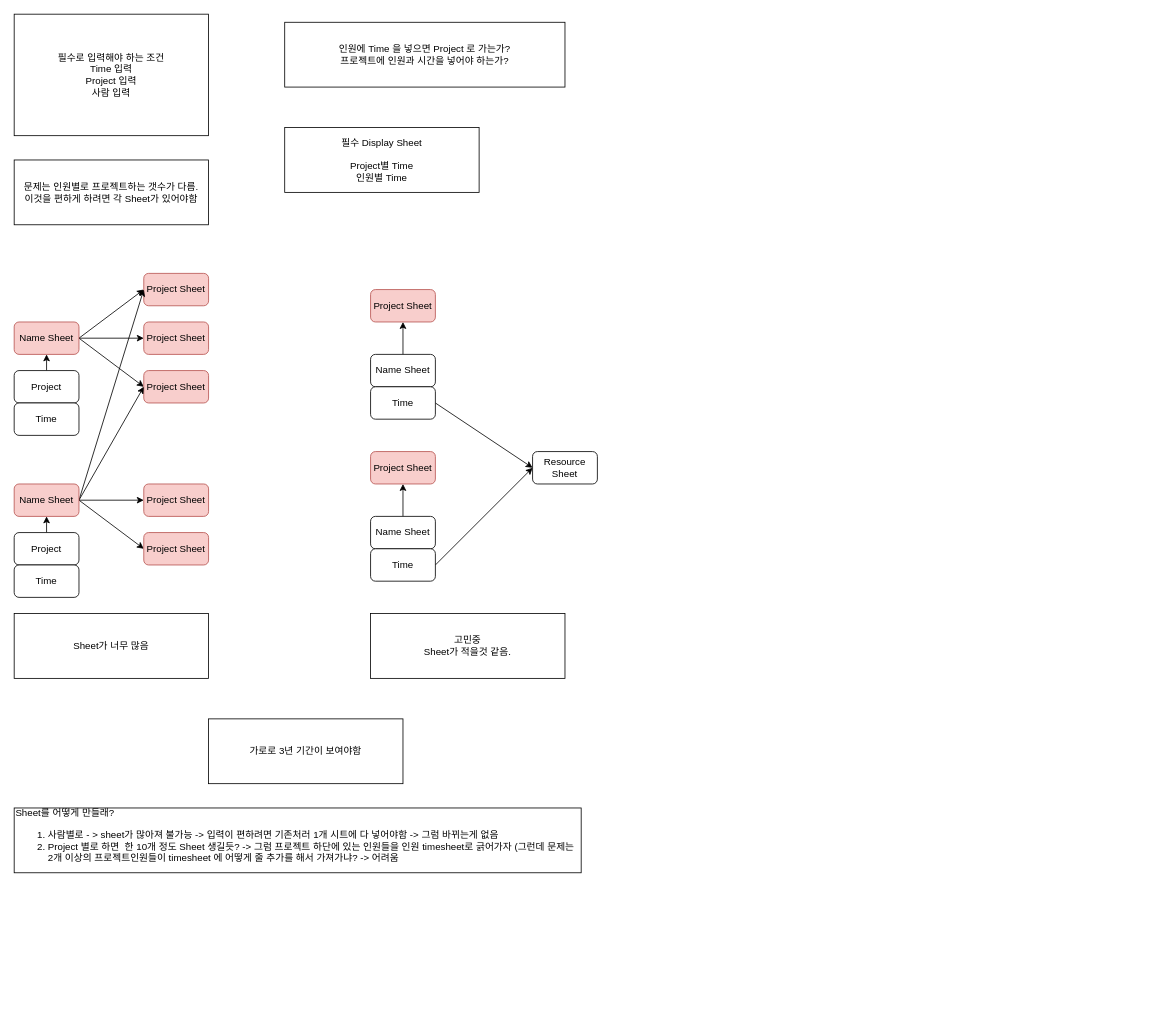
Before: 제목 없는 다이어그램.drawio in EdwardsKorea/CommonDrawIO, a draw.io diagram. Source tidied: cells renumbered, new cells numbered last; positions are measured from the earlier drawing's top-left corner, leaving out a move shared by most shapes. Both pictures are drawn from the tidied source at 81%, with x=0, y=0 at pixel (14, 14).
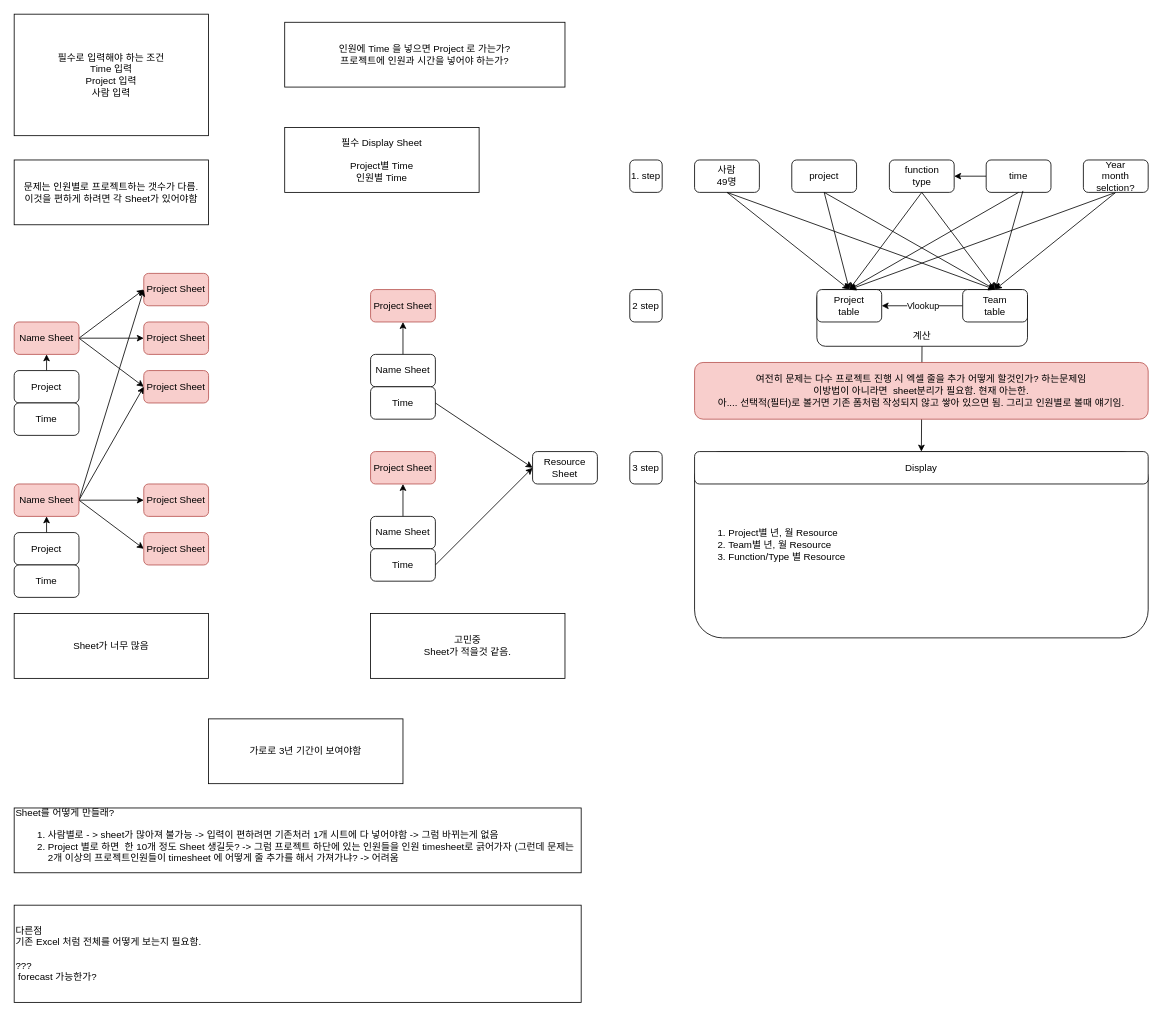
After the change.

Commit message:
제목 없는 다이어그램.drawio 업데이트

Diff of the diagram source:
```diff
@@
+    <mxCell id="41" value="&lt;ol&gt;&lt;li&gt;Project별 년, 월 Resource&lt;/li&gt;&lt;li style=&quot;border-color: var(--border-color);&quot;&gt;Team별 년, 월 Resource&lt;/li&gt;&lt;li style=&quot;border-color: var(--border-color);&quot;&gt;Function/Type 별 Resource&lt;/li&gt;&lt;/ol&gt;" style="rounded=1;whiteSpace=wrap;html=1;align=left;" parent="1" vertex="1">
+      <mxGeometry x="840" y="540" width="560" height="230" as="geometry" />
+    </mxCell>
+    <mxCell id="42" style="rounded=0;jettySize=auto;html=1;entryX=0.5;entryY=0;entryDx=0;entryDy=0;" parent="1" edge="1" source="43" target="69">
+      <mxGeometry relative="1" as="geometry" />
+    </mxCell>
+    <mxCell id="43" value="&lt;br&gt;&lt;br&gt;&lt;br&gt;계산" style="rounded=1;whiteSpace=wrap;html=1;" parent="1" vertex="1">
+      <mxGeometry x="991" y="340" width="260" height="70" as="geometry" />
+    </mxCell>
@@
+    <mxCell id="44" value="다른점&lt;br&gt;기존 Excel 처럼 전체를 어떻게 보는지 필요함.&lt;br&gt;&lt;br&gt;???&lt;br&gt;&amp;nbsp;forecast 가능한가?" style="rounded=0;whiteSpace=wrap;html=1;align=left;" parent="1" vertex="1">
+      <mxGeometry y="1100" width="700" height="120" as="geometry" />
+    </mxCell>
+    <mxCell id="45" style="rounded=0;jettySize=auto;html=1;exitX=0.5;exitY=1;exitDx=0;exitDy=0;entryX=0.5;entryY=0;entryDx=0;entryDy=0;strokeColor=none;" parent="1" edge="1" source="47" target="54">
+      <mxGeometry relative="1" as="geometry" />
+    </mxCell>
+    <mxCell id="46" style="rounded=0;jettySize=auto;html=1;exitX=0.5;exitY=1;exitDx=0;exitDy=0;entryX=0.5;entryY=0;entryDx=0;entryDy=0;" parent="1" edge="1" source="47" target="54">
+      <mxGeometry relative="1" as="geometry" />
+    </mxCell>
+    <mxCell id="47" value="사람&lt;br&gt;49명" style="rounded=1;whiteSpace=wrap;html=1;" parent="1" vertex="1">
+      <mxGeometry x="840" y="180" width="80" height="40" as="geometry" />
+    </mxCell>
+    <mxCell id="48" style="rounded=0;jettySize=auto;html=1;exitX=0.5;exitY=1;exitDx=0;exitDy=0;entryX=0.5;entryY=0;entryDx=0;entryDy=0;" parent="1" edge="1" source="49" target="54">
+      <mxGeometry relative="1" as="geometry" />
+    </mxCell>
+    <mxCell id="49" value="project" style="rounded=1;whiteSpace=wrap;html=1;" parent="1" vertex="1">
+      <mxGeometry x="960" y="180" width="80" height="40" as="geometry" />
+    </mxCell>
+    <mxCell id="50" value="function&lt;br&gt;type" style="rounded=1;whiteSpace=wrap;html=1;" parent="1" vertex="1">
+      <mxGeometry x="1080.5" y="180" width="80" height="40" as="geometry" />
+    </mxCell>
+    <mxCell id="51" style="edgeStyle=orthogonalEdgeStyle;rounded=0;jettySize=auto;html=1;" parent="1" edge="1" source="52" target="50">
+      <mxGeometry relative="1" as="geometry" />
+    </mxCell>
+    <mxCell id="52" value="time" style="rounded=1;whiteSpace=wrap;html=1;" parent="1" vertex="1">
+      <mxGeometry x="1200" y="180" width="80" height="40" as="geometry" />
+    </mxCell>
+    <mxCell id="53" value="1. step" style="rounded=1;whiteSpace=wrap;html=1;" parent="1" vertex="1">
+      <mxGeometry x="760" y="180" width="40" height="40" as="geometry" />
+    </mxCell>
+    <mxCell id="54" value="Project&lt;br&gt;table" style="rounded=1;whiteSpace=wrap;html=1;" parent="1" vertex="1">
+      <mxGeometry x="991" y="340" width="80" height="40" as="geometry" />
+    </mxCell>
+    <mxCell id="55" style="edgeStyle=orthogonalEdgeStyle;rounded=0;jettySize=auto;html=1;exitX=0;exitY=0.5;exitDx=0;exitDy=0;entryX=1;entryY=0.5;entryDx=0;entryDy=0;" parent="1" edge="1" source="57" target="54">
+      <mxGeometry relative="1" as="geometry" />
+    </mxCell>
+    <mxCell id="56" value="Vlookup" style="edgeLabel;html=1;align=center;verticalAlign=middle;" parent="55" vertex="1">
+      <mxGeometry y="-1" relative="1" as="geometry" />
+    </mxCell>
+    <mxCell id="57" value="Team&lt;br&gt;table" style="rounded=1;whiteSpace=wrap;html=1;" parent="1" vertex="1">
+      <mxGeometry x="1171" y="340" width="80" height="40" as="geometry" />
+    </mxCell>
+    <mxCell id="58" value="2 step" style="rounded=1;whiteSpace=wrap;html=1;" parent="1" vertex="1">
+      <mxGeometry x="760" y="340" width="40" height="40" as="geometry" />
+    </mxCell>
+    <mxCell id="59" style="rounded=0;jettySize=auto;html=1;exitX=0.5;exitY=1;exitDx=0;exitDy=0;entryX=0.5;entryY=0;entryDx=0;entryDy=0;" parent="1" edge="1" source="50" target="54">
+      <mxGeometry relative="1" as="geometry" />
+    </mxCell>
+    <mxCell id="60" style="rounded=0;jettySize=auto;html=1;exitX=0.5;exitY=1;exitDx=0;exitDy=0;entryX=0.5;entryY=0;entryDx=0;entryDy=0;" parent="1" edge="1" source="52" target="54">
+      <mxGeometry relative="1" as="geometry" />
+    </mxCell>
+    <mxCell id="61" style="rounded=0;jettySize=auto;html=1;exitX=0.5;exitY=1;exitDx=0;exitDy=0;entryX=0.5;entryY=0;entryDx=0;entryDy=0;" parent="1" edge="1" source="47" target="57">
+      <mxGeometry relative="1" as="geometry" />
+    </mxCell>
+    <mxCell id="62" style="rounded=0;jettySize=auto;html=1;exitX=0.5;exitY=1;exitDx=0;exitDy=0;entryX=0.5;entryY=0;entryDx=0;entryDy=0;" parent="1" edge="1" source="49" target="57">
+      <mxGeometry relative="1" as="geometry" />
+    </mxCell>
+    <mxCell id="63" style="rounded=0;jettySize=auto;html=1;exitX=0.5;exitY=1;exitDx=0;exitDy=0;entryX=0.5;entryY=0;entryDx=0;entryDy=0;" parent="1" edge="1" source="50" target="57">
+      <mxGeometry relative="1" as="geometry" />
+    </mxCell>
+    <mxCell id="64" style="rounded=0;jettySize=auto;html=1;exitX=0.567;exitY=0.956;exitDx=0;exitDy=0;entryX=0.5;entryY=0;entryDx=0;entryDy=0;exitPerimeter=0;" parent="1" edge="1" source="52" target="57">
+      <mxGeometry relative="1" as="geometry" />
+    </mxCell>
+    <mxCell id="65" style="rounded=0;jettySize=auto;html=1;entryX=0.5;entryY=0;entryDx=0;entryDy=0;exitX=0.5;exitY=1;exitDx=0;exitDy=0;" parent="1" edge="1" source="67" target="54">
+      <mxGeometry relative="1" as="geometry" />
+    </mxCell>
+    <mxCell id="66" style="rounded=0;jettySize=auto;html=1;entryX=0.5;entryY=0;entryDx=0;entryDy=0;exitX=0.5;exitY=1;exitDx=0;exitDy=0;" parent="1" edge="1" source="67" target="57">
+      <mxGeometry relative="1" as="geometry" />
+    </mxCell>
+    <mxCell id="67" value="Year&lt;br&gt;month selction?" style="rounded=1;whiteSpace=wrap;html=1;" parent="1" vertex="1">
+      <mxGeometry x="1320" y="180" width="80" height="40" as="geometry" />
+    </mxCell>
+    <mxCell id="68" value="3 step" style="rounded=1;whiteSpace=wrap;html=1;" parent="1" vertex="1">
+      <mxGeometry x="760" y="540" width="40" height="40" as="geometry" />
+    </mxCell>
+    <mxCell id="69" value="Display" style="rounded=1;whiteSpace=wrap;html=1;" parent="1" vertex="1">
+      <mxGeometry x="840" y="540" width="560" height="40" as="geometry" />
+    </mxCell>
+    <mxCell id="70" value="여전히 문제는 다수 프로젝트 진행 시 엑셀 줄을 추가 어떻게 할것인가? 하는문제임&lt;br&gt;이방법이 아니라면&amp;nbsp; sheet분리가 필요함. 현재 아는한.&lt;br&gt;아.... 선택적(필터)로 볼거면 기존 폼처럼 작성되지 않고 쌓아 있으면 됨. 그리고 인원별로 볼때 얘기임." style="rounded=1;whiteSpace=wrap;html=1;fillColor=#f8cecc;strokeColor=#b85450;" parent="1" vertex="1">
+      <mxGeometry x="840" y="430" width="560" height="70" as="geometry" />
+    </mxCell>
```
